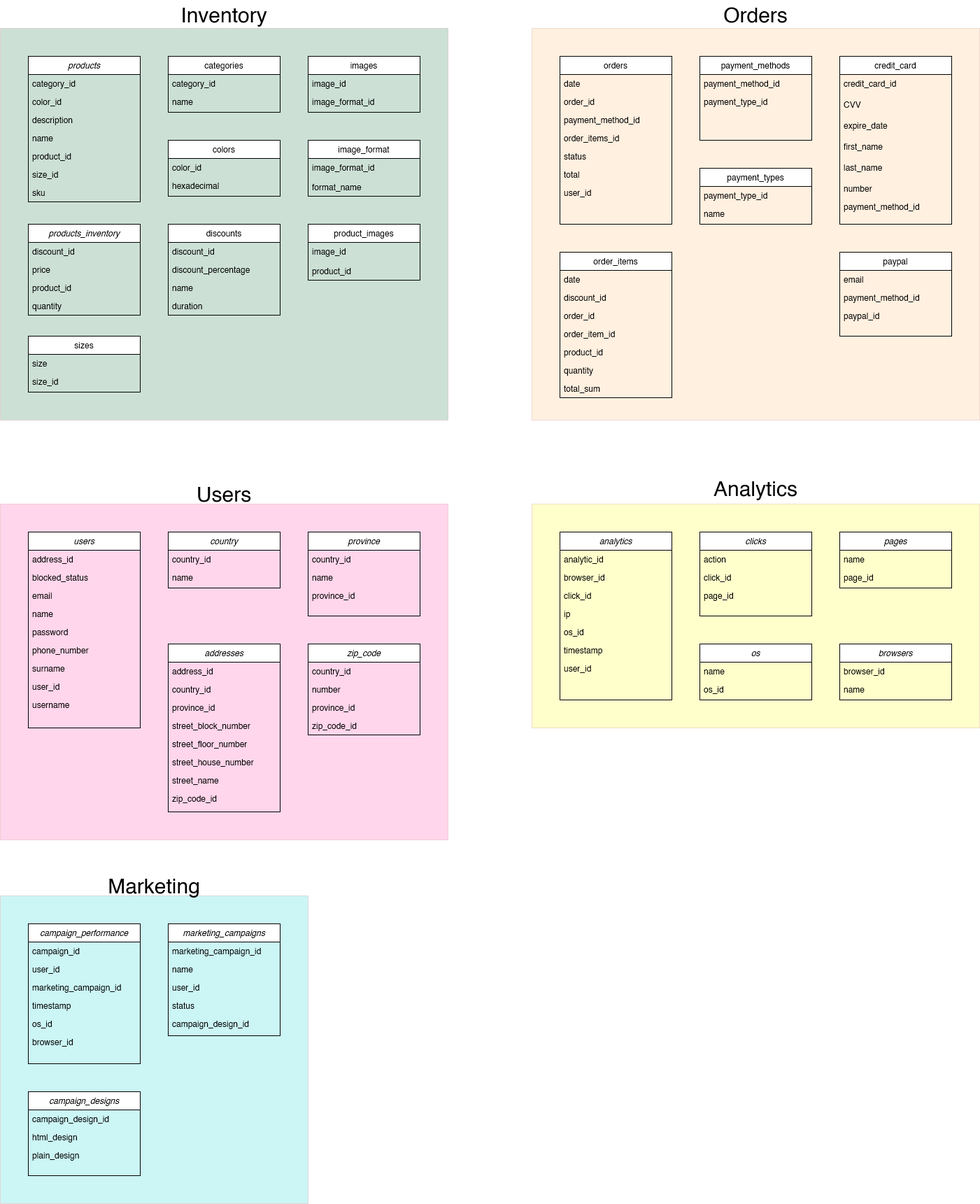
Earlier version of the draw.io export blob/database_diagram.drawio.png (RomanW05/ecommerce). Source tidied: cells renumbered, new cells last; positions are measured from the earlier drawing's top-left corner, leaving out a move shared by most shapes.
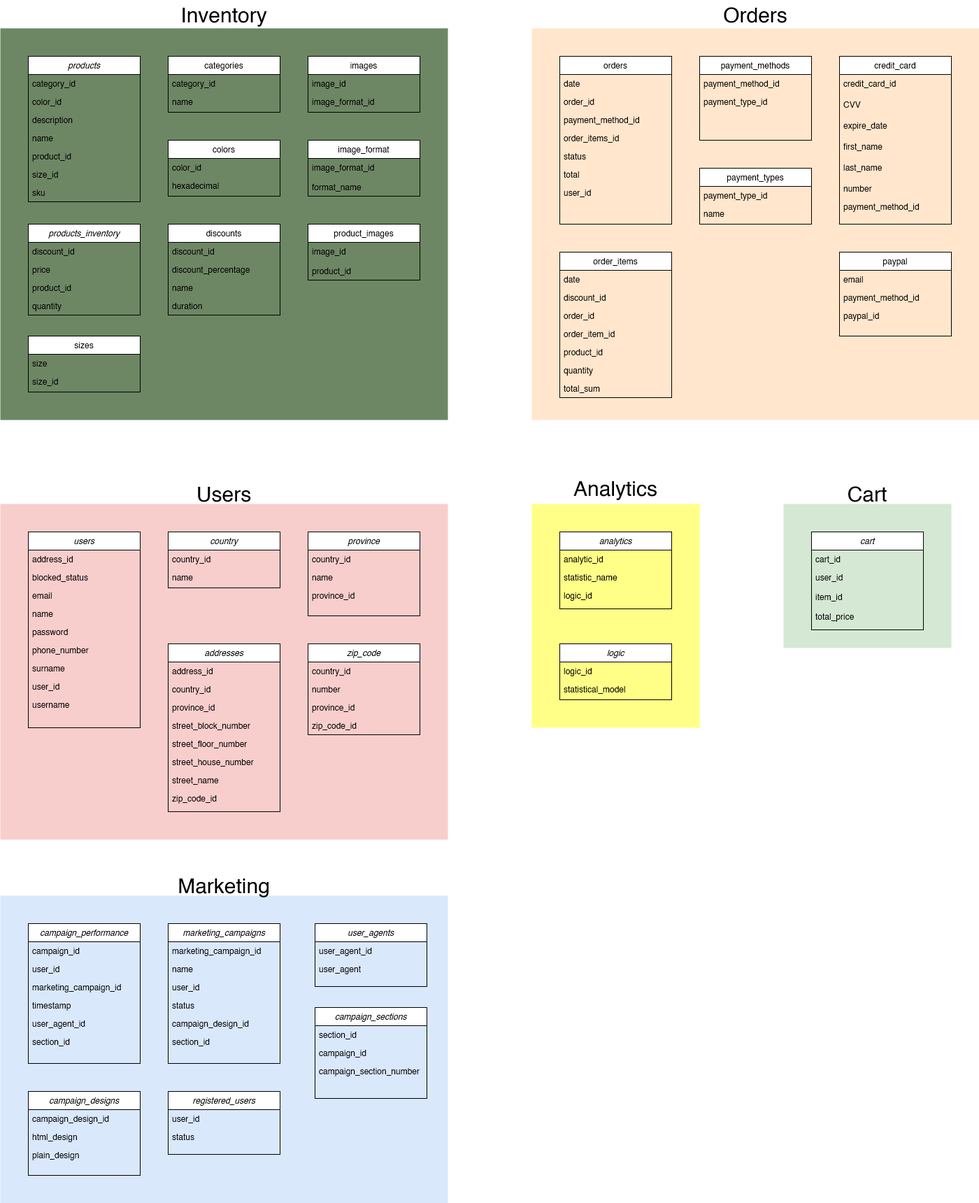
Above is the later version.

Commit message:
Database cleanup

The edit, as a diff of the source:
```diff
@@ -2,7 +2,7 @@
   <root>
     <mxCell id="0" />
     <mxCell id="1" parent="0" />
-    <mxCell id="2" style="swimlane;startSize=0;fillColor=#f8cecc;strokeColor=#b85450;swimlaneFillColor=#FFB366;opacity=20;" parent="1" vertex="1">
+    <mxCell id="2" style="swimlane;startSize=0;fillColor=#f8cecc;strokeColor=none;swimlaneFillColor=#FFE6CC;" parent="1" vertex="1">
       <mxGeometry x="760" y="40" width="640" height="560" as="geometry" />
     </mxCell>
     <mxCell id="3" value="orders" style="swimlane;fontStyle=0;align=center;verticalAlign=top;horizontal=1;startSize=26;rounded=0;shadow=0;strokeWidth=1;" parent="2" vertex="1">
@@ -107,7 +107,7 @@
     <mxCell id="36" value="name" style="text;align=left;verticalAlign=top;spacingLeft=4;spacingRight=4;overflow=hidden;" parent="34" vertex="1">
       <mxGeometry y="52" width="160" height="26" as="geometry" />
     </mxCell>
-    <mxCell id="37" style="swimlane;startSize=0;fillColor=#f8cecc;strokeColor=#b85450;swimlaneFillColor=#006633;opacity=20;" parent="1" vertex="1">
+    <mxCell id="37" style="swimlane;startSize=0;fillColor=#f8cecc;strokeColor=none;swimlaneFillColor=#6D8764;" parent="1" vertex="1">
       <mxGeometry y="40" width="640" height="560" as="geometry" />
     </mxCell>
     <mxCell id="38" value="products" style="swimlane;fontStyle=2;align=center;verticalAlign=top;horizontal=1;startSize=26;rounded=0;shadow=0;strokeWidth=1;" parent="37" vertex="1">
@@ -218,73 +218,31 @@
     <mxCell id="73" value="product_id" style="text;align=left;verticalAlign=top;spacingLeft=4;spacingRight=4;overflow=hidden;" parent="71" vertex="1">
       <mxGeometry y="54" width="160" height="26" as="geometry" />
     </mxCell>
-    <mxCell id="74" style="swimlane;startSize=0;fillColor=#f8cecc;strokeColor=#b85450;swimlaneFillColor=#FFFF00;opacity=20;" parent="1" vertex="1">
-      <mxGeometry x="760" y="720" width="640" height="320" as="geometry" />
+    <mxCell id="74" style="swimlane;startSize=0;fillColor=#f8cecc;strokeColor=none;swimlaneFillColor=#FFFF88;" parent="1" vertex="1">
+      <mxGeometry x="760" y="720" width="240" height="320" as="geometry" />
     </mxCell>
     <mxCell id="75" value="analytics" style="swimlane;fontStyle=2;align=center;verticalAlign=top;horizontal=1;startSize=26;rounded=0;shadow=0;strokeWidth=1;" parent="74" vertex="1">
-      <mxGeometry x="40" y="40" width="160" height="240" as="geometry" />
+      <mxGeometry x="40" y="40" width="160" height="110" as="geometry" />
     </mxCell>
     <mxCell id="76" value="analytic_id" style="text;align=left;verticalAlign=top;spacingLeft=4;spacingRight=4;overflow=hidden;" parent="75" vertex="1">
       <mxGeometry y="26" width="160" height="26" as="geometry" />
     </mxCell>
-    <mxCell id="77" value="browser_id" style="text;align=left;verticalAlign=top;spacingLeft=4;spacingRight=4;overflow=hidden;" parent="75" vertex="1">
-      <mxGeometry y="52" width="160" height="26" as="geometry" />
-    </mxCell>
-    <mxCell id="78" value="click_id" style="text;align=left;verticalAlign=top;spacingLeft=4;spacingRight=4;overflow=hidden;" parent="75" vertex="1">
-      <mxGeometry y="78" width="160" height="26" as="geometry" />
-    </mxCell>
-    <mxCell id="79" value="ip" style="text;align=left;verticalAlign=top;spacingLeft=4;spacingRight=4;overflow=hidden;rounded=0;shadow=0;html=0;" parent="75" vertex="1">
-      <mxGeometry y="104" width="160" height="26" as="geometry" />
+    <mxCell id="79" value="statistic_name" style="text;align=left;verticalAlign=top;spacingLeft=4;spacingRight=4;overflow=hidden;rounded=0;shadow=0;html=0;" parent="75" vertex="1">
+      <mxGeometry y="52" width="160" height="26" as="geometry" />
     </mxCell>
-    <mxCell id="80" value="os_id" style="text;align=left;verticalAlign=top;spacingLeft=4;spacingRight=4;overflow=hidden;" parent="75" vertex="1">
-      <mxGeometry y="130" width="160" height="26" as="geometry" />
+    <mxCell id="80" value="logic_id" style="text;align=left;verticalAlign=top;spacingLeft=4;spacingRight=4;overflow=hidden;" parent="75" vertex="1">
+      <mxGeometry y="78" width="160" height="26" as="geometry" />
     </mxCell>
-    <mxCell id="81" value="timestamp" style="text;align=left;verticalAlign=top;spacingLeft=4;spacingRight=4;overflow=hidden;" parent="75" vertex="1">
-      <mxGeometry y="156" width="160" height="26" as="geometry" />
-    </mxCell>
-    <mxCell id="82" value="user_id" style="text;align=left;verticalAlign=top;spacingLeft=4;spacingRight=4;overflow=hidden;rounded=0;shadow=0;html=0;" parent="75" vertex="1">
-      <mxGeometry y="182" width="160" height="26" as="geometry" />
-    </mxCell>
-    <mxCell id="83" value="os" style="swimlane;fontStyle=2;align=center;verticalAlign=top;horizontal=1;startSize=26;rounded=0;shadow=0;strokeWidth=1;" parent="74" vertex="1">
-      <mxGeometry x="240" y="200" width="160" height="80" as="geometry" />
-    </mxCell>
-    <mxCell id="84" value="name" style="text;align=left;verticalAlign=top;spacingLeft=4;spacingRight=4;overflow=hidden;rounded=0;shadow=0;html=0;" parent="83" vertex="1">
-      <mxGeometry y="26" width="160" height="26" as="geometry" />
-    </mxCell>
-    <mxCell id="85" value="os_id" style="text;align=left;verticalAlign=top;spacingLeft=4;spacingRight=4;overflow=hidden;" parent="83" vertex="1">
-      <mxGeometry y="52" width="160" height="26" as="geometry" />
-    </mxCell>
-    <mxCell id="86" value="clicks" style="swimlane;fontStyle=2;align=center;verticalAlign=top;horizontal=1;startSize=26;rounded=0;shadow=0;strokeWidth=1;" parent="74" vertex="1">
-      <mxGeometry x="240" y="40" width="160" height="120" as="geometry" />
-    </mxCell>
-    <mxCell id="87" value="action" style="text;align=left;verticalAlign=top;spacingLeft=4;spacingRight=4;overflow=hidden;rounded=0;shadow=0;html=0;" parent="86" vertex="1">
-      <mxGeometry y="26" width="160" height="26" as="geometry" />
-    </mxCell>
-    <mxCell id="88" value="click_id" style="text;align=left;verticalAlign=top;spacingLeft=4;spacingRight=4;overflow=hidden;" parent="86" vertex="1">
-      <mxGeometry y="52" width="160" height="26" as="geometry" />
-    </mxCell>
-    <mxCell id="89" value="page_id" style="text;align=left;verticalAlign=top;spacingLeft=4;spacingRight=4;overflow=hidden;rounded=0;shadow=0;html=0;" parent="86" vertex="1">
-      <mxGeometry y="78" width="160" height="26" as="geometry" />
-    </mxCell>
-    <mxCell id="90" value="pages" style="swimlane;fontStyle=2;align=center;verticalAlign=top;horizontal=1;startSize=26;rounded=0;shadow=0;strokeWidth=1;" parent="74" vertex="1">
-      <mxGeometry x="440" y="40" width="160" height="80" as="geometry" />
-    </mxCell>
-    <mxCell id="91" value="name" style="text;align=left;verticalAlign=top;spacingLeft=4;spacingRight=4;overflow=hidden;rounded=0;shadow=0;html=0;" parent="90" vertex="1">
-      <mxGeometry y="26" width="160" height="26" as="geometry" />
-    </mxCell>
-    <mxCell id="92" value="page_id" style="text;align=left;verticalAlign=top;spacingLeft=4;spacingRight=4;overflow=hidden;" parent="90" vertex="1">
-      <mxGeometry y="52" width="160" height="26" as="geometry" />
-    </mxCell>
-    <mxCell id="93" value="browsers" style="swimlane;fontStyle=2;align=center;verticalAlign=top;horizontal=1;startSize=26;rounded=0;shadow=0;strokeWidth=1;" parent="74" vertex="1">
-      <mxGeometry x="440" y="200" width="160" height="80" as="geometry" />
-    </mxCell>
-    <mxCell id="94" value="browser_id" style="text;align=left;verticalAlign=top;spacingLeft=4;spacingRight=4;overflow=hidden;" parent="93" vertex="1">
-      <mxGeometry y="26" width="160" height="26" as="geometry" />
-    </mxCell>
-    <mxCell id="95" value="name" style="text;align=left;verticalAlign=top;spacingLeft=4;spacingRight=4;overflow=hidden;rounded=0;shadow=0;html=0;" parent="93" vertex="1">
-      <mxGeometry y="52" width="160" height="26" as="geometry" />
-    </mxCell>
+    <mxCell id="151" value="logic" style="swimlane;fontStyle=2;align=center;verticalAlign=top;horizontal=1;startSize=26;rounded=0;shadow=0;strokeWidth=1;" parent="74" vertex="1">
+      <mxGeometry x="40" y="200" width="160" height="80" as="geometry" />
+    </mxCell>
+    <mxCell id="152" value="logic_id" style="text;align=left;verticalAlign=top;spacingLeft=4;spacingRight=4;overflow=hidden;" parent="151" vertex="1">
+      <mxGeometry y="26" width="160" height="26" as="geometry" />
+    </mxCell>
+    <mxCell id="153" value="statistical_model" style="text;align=left;verticalAlign=top;spacingLeft=4;spacingRight=4;overflow=hidden;rounded=0;shadow=0;html=0;" parent="151" vertex="1">
+      <mxGeometry y="52" width="160" height="26" as="geometry" />
+    </mxCell>
-    <mxCell id="96" style="swimlane;startSize=0;fillColor=#f8cecc;strokeColor=#b85450;swimlaneFillColor=#FF3399;opacity=20;" parent="1" vertex="1">
+    <mxCell id="96" style="swimlane;startSize=0;fillColor=#f8cecc;strokeColor=none;swimlaneFillColor=#F8CECC;" parent="1" vertex="1">
       <mxGeometry y="720" width="640" height="480" as="geometry" />
     </mxCell>
     <mxCell id="97" value="users" style="swimlane;fontStyle=2;align=center;verticalAlign=top;horizontal=1;startSize=26;rounded=0;shadow=0;strokeWidth=1;" parent="96" vertex="1">
@@ -380,11 +338,11 @@
     <mxCell id="127" value="zip_code_id" style="text;align=left;verticalAlign=top;spacingLeft=4;spacingRight=4;overflow=hidden;" parent="123" vertex="1">
       <mxGeometry y="104" width="160" height="26" as="geometry" />
     </mxCell>
-    <mxCell id="128" style="swimlane;startSize=0;fillColor=#f8cecc;strokeColor=#b85450;swimlaneFillColor=#00CCCC;opacity=20;" parent="1" vertex="1">
-      <mxGeometry y="1280" width="440" height="440" as="geometry" />
+    <mxCell id="128" style="swimlane;startSize=0;fillColor=#f8cecc;strokeColor=none;swimlaneFillColor=#DAE8FC;" parent="1" vertex="1">
+      <mxGeometry y="1280" width="640" height="440" as="geometry" />
     </mxCell>
     <mxCell id="129" value="marketing_campaigns" style="swimlane;fontStyle=2;align=center;verticalAlign=top;horizontal=1;startSize=26;rounded=0;shadow=0;strokeWidth=1;" parent="128" vertex="1">
-      <mxGeometry x="240" y="40" width="160" height="160" as="geometry" />
+      <mxGeometry x="240" y="40" width="160" height="200" as="geometry" />
     </mxCell>
     <mxCell id="130" value="marketing_campaign_id" style="text;align=left;verticalAlign=top;spacingLeft=4;spacingRight=4;overflow=hidden;" parent="129" vertex="1">
       <mxGeometry y="26" width="160" height="26" as="geometry" />
@@ -401,6 +359,9 @@
     <mxCell id="134" value="campaign_design_id" style="text;align=left;verticalAlign=top;spacingLeft=4;spacingRight=4;overflow=hidden;" parent="129" vertex="1">
       <mxGeometry y="130" width="160" height="26" as="geometry" />
     </mxCell>
+    <mxCell id="154" value="section_id" style="text;align=left;verticalAlign=top;spacingLeft=4;spacingRight=4;overflow=hidden;" parent="129" vertex="1">
+      <mxGeometry y="156" width="160" height="26" as="geometry" />
+    </mxCell>
     <mxCell id="135" value="campaign_designs" style="swimlane;fontStyle=2;align=center;verticalAlign=top;horizontal=1;startSize=26;rounded=0;shadow=0;strokeWidth=1;" parent="128" vertex="1">
       <mxGeometry x="40" y="280" width="160" height="120" as="geometry" />
     </mxCell>
@@ -428,12 +389,42 @@
     <mxCell id="143" value="timestamp" style="text;align=left;verticalAlign=top;spacingLeft=4;spacingRight=4;overflow=hidden;" parent="139" vertex="1">
       <mxGeometry y="104" width="160" height="26" as="geometry" />
     </mxCell>
-    <mxCell id="144" value="os_id" style="text;align=left;verticalAlign=top;spacingLeft=4;spacingRight=4;overflow=hidden;" parent="139" vertex="1">
-      <mxGeometry y="130" width="160" height="26" as="geometry" />
-    </mxCell>
-    <mxCell id="145" value="browser_id" style="text;align=left;verticalAlign=top;spacingLeft=4;spacingRight=4;overflow=hidden;" parent="139" vertex="1">
-      <mxGeometry y="156" width="160" height="26" as="geometry" />
-    </mxCell>
+    <mxCell id="155" value="user_agent_id" style="text;align=left;verticalAlign=top;spacingLeft=4;spacingRight=4;overflow=hidden;" parent="139" vertex="1">
+      <mxGeometry y="130" width="160" height="26" as="geometry" />
+    </mxCell>
+    <mxCell id="156" value="section_id" style="text;align=left;verticalAlign=top;spacingLeft=4;spacingRight=4;overflow=hidden;" parent="139" vertex="1">
+      <mxGeometry y="156" width="160" height="26" as="geometry" />
+    </mxCell>
+    <mxCell id="157" value="registered_users" style="swimlane;fontStyle=2;align=center;verticalAlign=top;horizontal=1;startSize=26;rounded=0;shadow=0;strokeWidth=1;" parent="128" vertex="1">
+      <mxGeometry x="240" y="280" width="160" height="90" as="geometry" />
+    </mxCell>
+    <mxCell id="158" value="user_id" style="text;align=left;verticalAlign=top;spacingLeft=4;spacingRight=4;overflow=hidden;" parent="157" vertex="1">
+      <mxGeometry y="26" width="160" height="26" as="geometry" />
+    </mxCell>
+    <mxCell id="159" value="status" style="text;align=left;verticalAlign=top;spacingLeft=4;spacingRight=4;overflow=hidden;rounded=0;shadow=0;html=0;" parent="157" vertex="1">
+      <mxGeometry y="52" width="160" height="26" as="geometry" />
+    </mxCell>
+    <mxCell id="160" value="user_agents" style="swimlane;fontStyle=2;align=center;verticalAlign=top;horizontal=1;startSize=26;rounded=0;shadow=0;strokeWidth=1;" parent="128" vertex="1">
+      <mxGeometry x="450" y="40" width="160" height="90" as="geometry" />
+    </mxCell>
+    <mxCell id="161" value="user_agent_id" style="text;align=left;verticalAlign=top;spacingLeft=4;spacingRight=4;overflow=hidden;" parent="160" vertex="1">
+      <mxGeometry y="26" width="160" height="26" as="geometry" />
+    </mxCell>
+    <mxCell id="162" value="user_agent" style="text;align=left;verticalAlign=top;spacingLeft=4;spacingRight=4;overflow=hidden;" parent="160" vertex="1">
+      <mxGeometry y="52" width="160" height="26" as="geometry" />
+    </mxCell>
+    <mxCell id="163" value="campaign_sections" style="swimlane;fontStyle=2;align=center;verticalAlign=top;horizontal=1;startSize=26;rounded=0;shadow=0;strokeWidth=1;" parent="128" vertex="1">
+      <mxGeometry x="450" y="160" width="160" height="130" as="geometry" />
+    </mxCell>
+    <mxCell id="164" value="section_id" style="text;align=left;verticalAlign=top;spacingLeft=4;spacingRight=4;overflow=hidden;" parent="163" vertex="1">
+      <mxGeometry y="26" width="160" height="26" as="geometry" />
+    </mxCell>
+    <mxCell id="165" value="campaign_id" style="text;align=left;verticalAlign=top;spacingLeft=4;spacingRight=4;overflow=hidden;" parent="163" vertex="1">
+      <mxGeometry y="52" width="160" height="26" as="geometry" />
+    </mxCell>
+    <mxCell id="166" value="campaign_section_number" style="text;align=left;verticalAlign=top;spacingLeft=4;spacingRight=4;overflow=hidden;" parent="163" vertex="1">
+      <mxGeometry y="78" width="160" height="22" as="geometry" />
+    </mxCell>
     <mxCell id="146" value="&lt;font style=&quot;font-size: 30px;&quot;&gt;Inventory&lt;/font&gt;" style="text;html=1;strokeColor=none;fillColor=none;align=center;verticalAlign=middle;whiteSpace=wrap;rounded=0;" parent="1" vertex="1">
       <mxGeometry x="245" y="7.5" width="150" height="25" as="geometry" />
     </mxCell>
@@ -444,10 +435,31 @@
       <mxGeometry x="245" y="690" width="150" height="30" as="geometry" />
     </mxCell>
     <mxCell id="149" value="&lt;font style=&quot;font-size: 30px;&quot;&gt;Marketing&lt;/font&gt;" style="text;html=1;strokeColor=none;fillColor=none;align=center;verticalAlign=middle;whiteSpace=wrap;rounded=0;" parent="1" vertex="1">
-      <mxGeometry x="145" y="1250" width="150" height="30" as="geometry" />
+      <mxGeometry x="245" y="1250" width="150" height="30" as="geometry" />
     </mxCell>
-    <mxCell id="150" value="&lt;div&gt;&lt;font style=&quot;font-size: 30px;&quot;&gt;Analytics&lt;/font&gt;&lt;/div&gt;&lt;div&gt;&lt;br&gt;&lt;/div&gt;" style="text;html=1;strokeColor=none;fillColor=none;align=center;verticalAlign=middle;whiteSpace=wrap;rounded=0;" parent="1" vertex="1">
-      <mxGeometry x="1005" y="690" width="150" height="30" as="geometry" />
+    <mxCell id="150" value="&lt;font style=&quot;font-size: 30px;&quot;&gt;Cart&lt;/font&gt;" style="text;html=1;strokeColor=none;fillColor=none;align=center;verticalAlign=middle;whiteSpace=wrap;rounded=0;" parent="1" vertex="1">
+      <mxGeometry x="1165" y="690" width="150" height="30" as="geometry" />
     </mxCell>
+    <mxCell id="167" value="&lt;div&gt;&lt;font style=&quot;font-size: 30px;&quot;&gt;Analytics&lt;/font&gt;&lt;/div&gt;&lt;div&gt;&lt;br&gt;&lt;/div&gt;" style="text;html=1;strokeColor=none;fillColor=none;align=center;verticalAlign=middle;whiteSpace=wrap;rounded=0;" parent="1" vertex="1">
+      <mxGeometry x="805" y="690" width="150" height="30" as="geometry" />
+    </mxCell>
+    <mxCell id="168" style="swimlane;startSize=0;fillColor=#d5e8d4;strokeColor=none;swimlaneFillColor=#D5E8D4;fillStyle=auto;" parent="1" vertex="1">
+      <mxGeometry x="1120" y="720" width="240" height="206" as="geometry" />
+    </mxCell>
+    <mxCell id="169" value="cart" style="swimlane;fontStyle=2;align=center;verticalAlign=top;horizontal=1;startSize=26;rounded=0;shadow=0;strokeWidth=1;" parent="168" vertex="1">
+      <mxGeometry x="40" y="40" width="160" height="140" as="geometry" />
+    </mxCell>
+    <mxCell id="170" value="cart_id" style="text;align=left;verticalAlign=top;spacingLeft=4;spacingRight=4;overflow=hidden;rounded=0;shadow=0;html=0;" parent="169" vertex="1">
+      <mxGeometry y="26" width="160" height="26" as="geometry" />
+    </mxCell>
+    <mxCell id="171" value="user_id" style="text;align=left;verticalAlign=top;spacingLeft=4;spacingRight=4;overflow=hidden;" parent="169" vertex="1">
+      <mxGeometry y="52" width="160" height="28" as="geometry" />
+    </mxCell>
+    <mxCell id="172" value="item_id" style="text;align=left;verticalAlign=top;spacingLeft=4;spacingRight=4;overflow=hidden;" parent="169" vertex="1">
+      <mxGeometry y="80" width="160" height="28" as="geometry" />
+    </mxCell>
+    <mxCell id="173" value="total_price" style="text;align=left;verticalAlign=top;spacingLeft=4;spacingRight=4;overflow=hidden;" parent="169" vertex="1">
+      <mxGeometry y="108" width="160" height="28" as="geometry" />
+    </mxCell>
   </root>
 </mxGraphModel>
```
